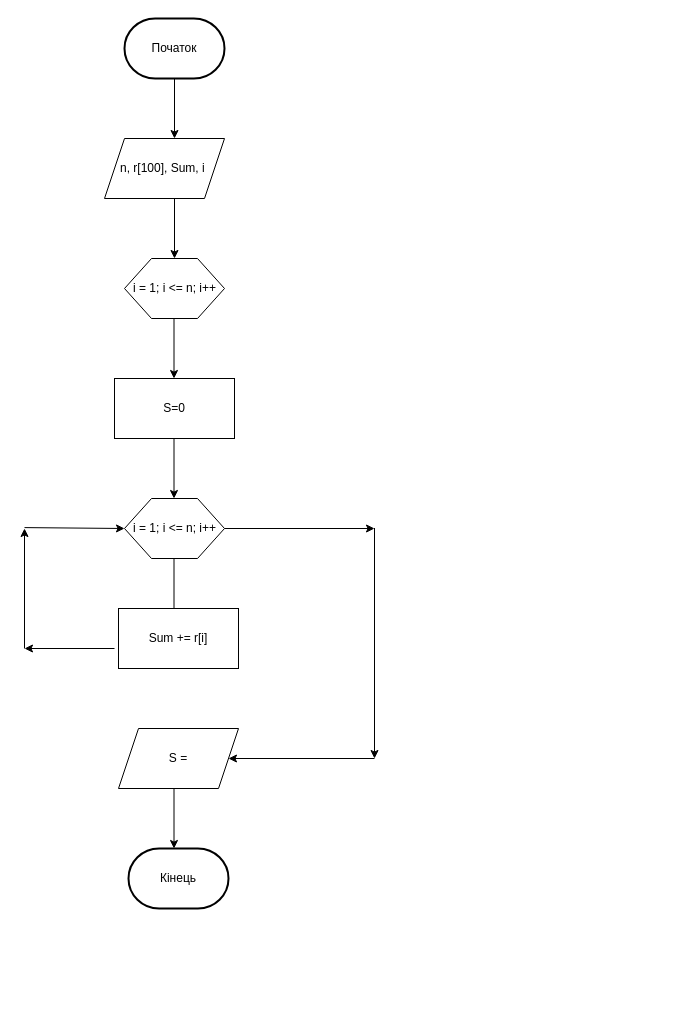
The draw.io diagram page "Page-1" (1 of 3) of Бази даних.drawio.drawio in xadeyll/Diagrams_P-23_Puzankov, before the edit. Source tidied: cells renumbered, new cells numbered last; positions are measured from the earlier drawing's top-left corner, leaving out a move shared by most shapes. Both pictures are drawn from the tidied source at 100%, with x=0, y=0 at pixel (24, 18).
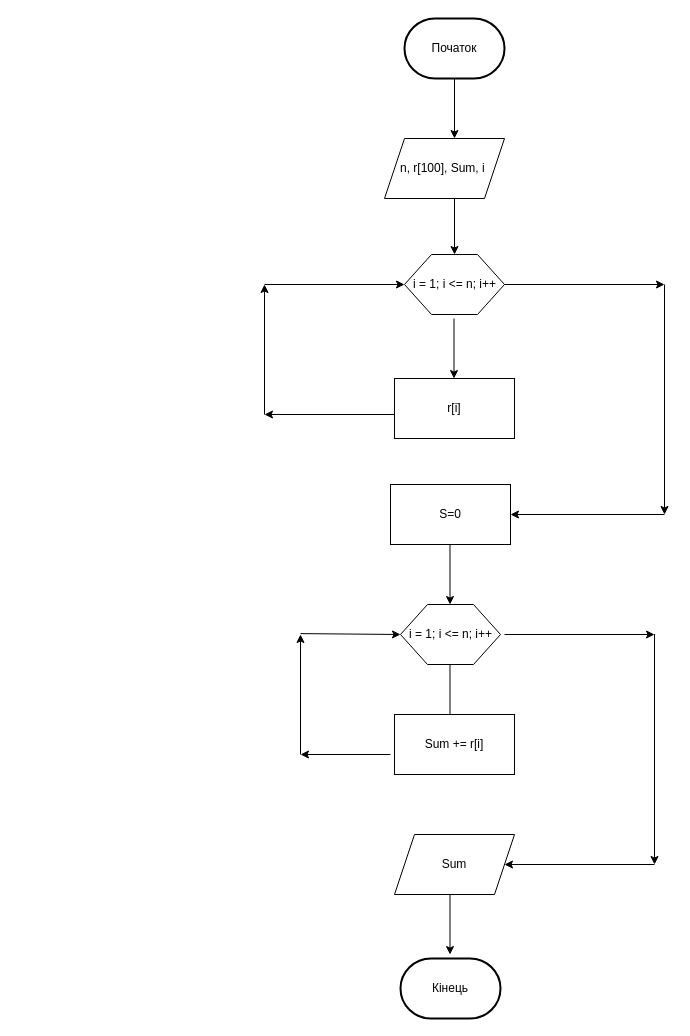
The same diagram, later.

Change to the diagram source:
```diff
@@
     <mxCell id="2" value="Початок" style="strokeWidth=2;html=1;shape=mxgraph.flowchart.terminator;whiteSpace=wrap;" parent="1" vertex="1">
-      <mxGeometry x="100" width="100" height="60" as="geometry" />
+      <mxGeometry x="380" width="100" height="60" as="geometry" />
     </mxCell>
     <mxCell id="3" style="endArrow=classic;html=1;rounded=0;" parent="1" edge="1">
       <mxGeometry relative="1" as="geometry">
-        <mxPoint x="150" y="60" as="sourcePoint" />
-        <mxPoint x="150" y="120" as="targetPoint" />
+        <mxPoint x="430" y="60" as="sourcePoint" />
+        <mxPoint x="430" y="120" as="targetPoint" />
       </mxGeometry>
     </mxCell>
     <mxCell id="4" value="n, r[100], Sum, i&amp;nbsp;" style="shape=parallelogram;perimeter=parallelogramPerimeter;whiteSpace=wrap;html=1;fixedSize=1;" parent="1" vertex="1">
-      <mxGeometry x="80" y="120" width="120" height="60" as="geometry" />
+      <mxGeometry x="360" y="120" width="120" height="60" as="geometry" />
     </mxCell>
-    <mxCell id="5" style="endArrow=classic;html=1;rounded=0;" parent="1" edge="1">
+    <mxCell id="5" style="endArrow=classic;html=1;rounded=0;entryX=0.5;entryY=0;entryDx=0;entryDy=0;" parent="1" edge="1" target="6">
       <mxGeometry relative="1" as="geometry">
-        <mxPoint x="150" y="180" as="sourcePoint" />
-        <mxPoint x="150" y="240" as="targetPoint" />
+        <mxPoint x="430" y="180" as="sourcePoint" />
       </mxGeometry>
     </mxCell>
     <mxCell id="6" value="i = 1; i &amp;lt;= n; i++" style="verticalLabelPosition=middle;verticalAlign=middle;html=1;shape=hexagon;perimeter=hexagonPerimeter2;arcSize=6;size=0.27;labelPosition=center;align=center;" parent="1" vertex="1">
-      <mxGeometry x="100" y="240" width="100" height="60" as="geometry" />
+      <mxGeometry x="380" y="236" width="100" height="60" as="geometry" />
     </mxCell>
     <mxCell id="7" style="endArrow=classic;html=1;rounded=0;" parent="1" edge="1">
       <mxGeometry relative="1" as="geometry">
-        <mxPoint x="149.5" y="300" as="sourcePoint" />
-        <mxPoint x="149.5" y="360" as="targetPoint" />
+        <mxPoint x="429.5" y="300" as="sourcePoint" />
+        <mxPoint x="429.5" y="360" as="targetPoint" />
       </mxGeometry>
     </mxCell>
     <mxCell id="8" value="S=0" style="rounded=0;whiteSpace=wrap;html=1;" parent="1" vertex="1">
-      <mxGeometry x="90" y="360" width="120" height="60" as="geometry" />
+      <mxGeometry x="366" y="466" width="120" height="60" as="geometry" />
     </mxCell>
     <mxCell id="9" style="endArrow=classic;html=1;rounded=0;" parent="1" edge="1">
       <mxGeometry relative="1" as="geometry">
-        <mxPoint x="149.5" y="420" as="sourcePoint" />
-        <mxPoint x="149.5" y="480" as="targetPoint" />
+        <mxPoint x="425.5" y="526" as="sourcePoint" />
+        <mxPoint x="425.5" y="586" as="targetPoint" />
       </mxGeometry>
     </mxCell>
     <mxCell id="10" value="i = 1; i &lt;= n; i++" style="verticalLabelPosition=middle;verticalAlign=middle;html=1;shape=hexagon;perimeter=hexagonPerimeter2;arcSize=6;size=0.27;labelPosition=center;align=center;" parent="1" vertex="1">
-      <mxGeometry x="100" y="480" width="100" height="60" as="geometry" />
+      <mxGeometry x="376" y="586" width="100" height="60" as="geometry" />
     </mxCell>
     <mxCell id="11" style="endArrow=classic;html=1;rounded=0;" parent="1" edge="1">
       <mxGeometry relative="1" as="geometry">
-        <mxPoint x="149.5" y="540" as="sourcePoint" />
-        <mxPoint x="149.5" y="600" as="targetPoint" />
+        <mxPoint x="425.5" y="646" as="sourcePoint" />
+        <mxPoint x="425.5" y="706" as="targetPoint" />
       </mxGeometry>
     </mxCell>
     <mxCell id="12" value="Sum += r[i]" style="rounded=0;whiteSpace=wrap;html=1;" parent="1" vertex="1">
-      <mxGeometry x="94" y="590" width="120" height="60" as="geometry" />
+      <mxGeometry x="370" y="696" width="120" height="60" as="geometry" />
     </mxCell>
-    <mxCell id="13" value="S =" style="shape=parallelogram;perimeter=parallelogramPerimeter;whiteSpace=wrap;html=1;fixedSize=1;" parent="1" vertex="1">
-      <mxGeometry x="94" y="710" width="120" height="60" as="geometry" />
+    <mxCell id="13" value="Sum" style="shape=parallelogram;perimeter=parallelogramPerimeter;whiteSpace=wrap;html=1;fixedSize=1;" parent="1" vertex="1">
+      <mxGeometry x="370" y="816" width="120" height="60" as="geometry" />
     </mxCell>
     <mxCell id="14" style="endArrow=classic;html=1;rounded=0;" parent="1" edge="1">
       <mxGeometry relative="1" as="geometry">
-        <mxPoint x="149.5" y="770" as="sourcePoint" />
-        <mxPoint x="149.5" y="830" as="targetPoint" />
+        <mxPoint x="425.5" y="876" as="sourcePoint" />
+        <mxPoint x="425.5" y="936" as="targetPoint" />
       </mxGeometry>
     </mxCell>
     <mxCell id="15" value="Кінець" style="strokeWidth=2;html=1;shape=mxgraph.flowchart.terminator;whiteSpace=wrap;" parent="1" vertex="1">
-      <mxGeometry x="104" y="830" width="100" height="60" as="geometry" />
+      <mxGeometry x="376" y="940" width="100" height="60" as="geometry" />
     </mxCell>
     <mxCell id="16" style="endArrow=classic;html=1;rounded=0;" parent="1" edge="1">
       <mxGeometry relative="1" as="geometry">
-        <mxPoint x="200" y="510" as="sourcePoint" />
-        <mxPoint x="350" y="510" as="targetPoint" />
+        <mxPoint x="480" y="616" as="sourcePoint" />
+        <mxPoint x="630" y="616" as="targetPoint" />
       </mxGeometry>
     </mxCell>
     <mxCell id="17" style="endArrow=classic;html=1;rounded=0;" parent="1" edge="1">
       <mxGeometry relative="1" as="geometry">
-        <mxPoint x="350" y="509.5" as="sourcePoint" />
-        <mxPoint x="350" y="740" as="targetPoint" />
+        <mxPoint x="630" y="615.5" as="sourcePoint" />
+        <mxPoint x="630" y="846" as="targetPoint" />
       </mxGeometry>
     </mxCell>
     <mxCell id="18" style="endArrow=classic;html=1;rounded=0;entryX=1;entryY=0.5;entryDx=0;entryDy=0;" parent="1" edge="1" target="13">
       <mxGeometry relative="1" as="geometry">
-        <mxPoint x="350" y="740" as="sourcePoint" />
+        <mxPoint x="630" y="846" as="sourcePoint" />
       </mxGeometry>
     </mxCell>
     <mxCell id="19" style="endArrow=classic;html=1;rounded=0;" parent="1" edge="1">
       <mxGeometry relative="1" as="geometry">
-        <mxPoint y="630" as="sourcePoint" />
-        <mxPoint y="510" as="targetPoint" />
+        <mxPoint x="276" y="736" as="sourcePoint" />
+        <mxPoint x="276" y="616" as="targetPoint" />
       </mxGeometry>
     </mxCell>
     <mxCell id="20" style="endArrow=classic;html=1;rounded=0;entryX=0;entryY=0.5;entryDx=0;entryDy=0;" parent="1" edge="1" target="10">
       <mxGeometry relative="1" as="geometry">
-        <mxPoint y="509.1" as="sourcePoint" />
+        <mxPoint x="276" y="615.1" as="sourcePoint" />
       </mxGeometry>
     </mxCell>
     <mxCell id="21" style="endArrow=classic;html=1;rounded=0;" parent="1" edge="1">
       <mxGeometry relative="1" as="geometry">
-        <mxPoint x="90" y="630" as="sourcePoint" />
-        <mxPoint y="630" as="targetPoint" />
+        <mxPoint x="366" y="736" as="sourcePoint" />
+        <mxPoint x="276" y="736" as="targetPoint" />
       </mxGeometry>
     </mxCell>
+    <mxCell id="22" value="r[i]" style="rounded=0;whiteSpace=wrap;html=1;" parent="1" vertex="1">
+      <mxGeometry x="370" y="360" width="120" height="60" as="geometry" />
+    </mxCell>
+    <mxCell id="23" style="endArrow=classic;html=1;rounded=0;" parent="1" edge="1">
+      <mxGeometry relative="1" as="geometry">
+        <mxPoint x="370" y="396" as="sourcePoint" />
+        <mxPoint x="240" y="396" as="targetPoint" />
+      </mxGeometry>
+    </mxCell>
+    <mxCell id="24" style="endArrow=classic;html=1;rounded=0;" parent="1" edge="1">
+      <mxGeometry relative="1" as="geometry">
+        <mxPoint x="240" y="396" as="sourcePoint" />
+        <mxPoint x="240" y="266" as="targetPoint" />
+      </mxGeometry>
+    </mxCell>
+    <mxCell id="25" style="endArrow=classic;html=1;rounded=0;entryX=0;entryY=0.5;entryDx=0;entryDy=0;" parent="1" edge="1" target="6">
+      <mxGeometry relative="1" as="geometry">
+        <mxPoint x="240" y="266" as="sourcePoint" />
+      </mxGeometry>
+    </mxCell>
+    <mxCell id="26" style="endArrow=classic;html=1;rounded=0;" parent="1" edge="1">
+      <mxGeometry relative="1" as="geometry">
+        <mxPoint x="480" y="266" as="sourcePoint" />
+        <mxPoint x="640" y="266" as="targetPoint" />
+      </mxGeometry>
+    </mxCell>
+    <mxCell id="27" style="endArrow=classic;html=1;rounded=0;" parent="1" edge="1">
+      <mxGeometry relative="1" as="geometry">
+        <mxPoint x="640" y="266" as="sourcePoint" />
+        <mxPoint x="640" y="496" as="targetPoint" />
+      </mxGeometry>
+    </mxCell>
+    <mxCell id="28" style="endArrow=classic;html=1;rounded=0;entryX=1;entryY=0.5;entryDx=0;entryDy=0;" parent="1" edge="1" target="8">
+      <mxGeometry relative="1" as="geometry">
+        <mxPoint x="640" y="496" as="sourcePoint" />
+      </mxGeometry>
+    </mxCell>
```
